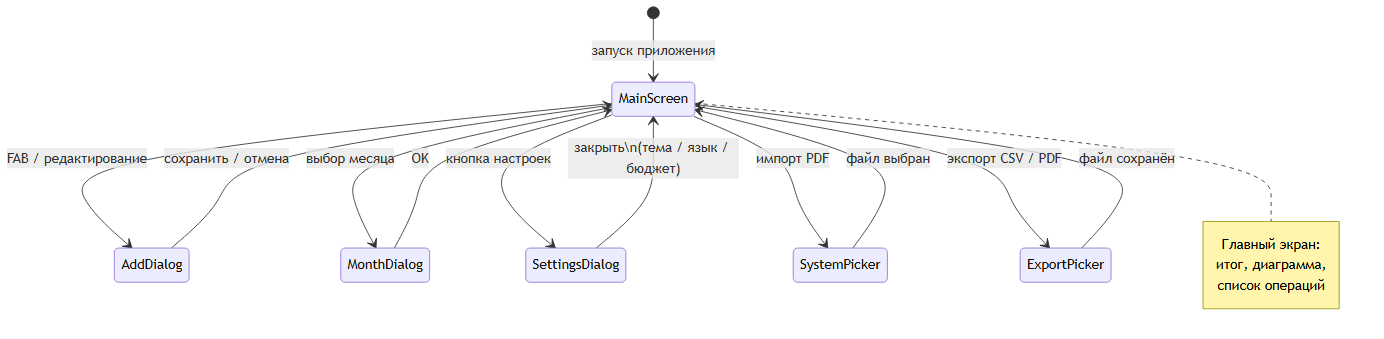
Above: docs/practice-report/figures/07-screen-flow.png in klimlukichev/financeApp (Mermaid), before the change. Its source is kept beside it as docs/practice-report/figures/07-screen-flow.mmd.
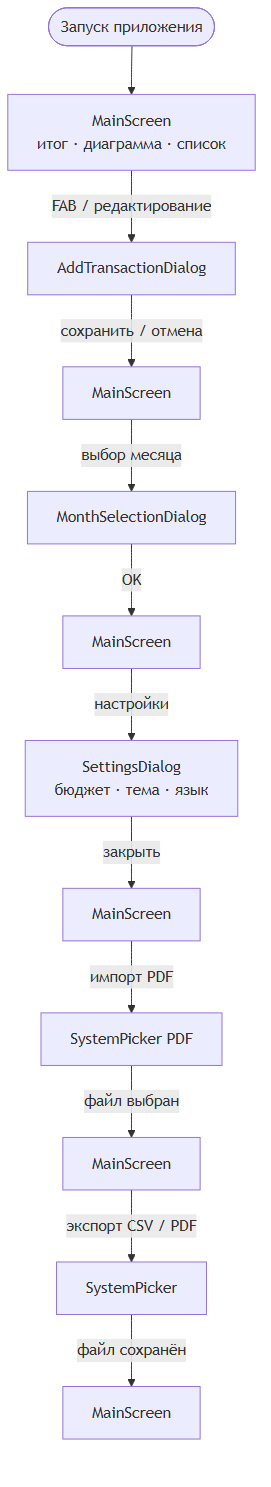
Above is the later version.

The edit, as a diff of the source:
```diff
@@ -1,23 +1,17 @@
-stateDiagram-v2
-    [*] --> MainScreen: запуск приложения
+flowchart TB
+    start([Запуск приложения]) --> m1["MainScreen<br/>итог · диаграмма · список"]
 
-    MainScreen --> AddDialog: FAB / редактирование
-    AddDialog --> MainScreen: сохранить / отмена
+    m1 -->|FAB / редактирование| add[AddTransactionDialog]
+    add -->|сохранить / отмена| m2[MainScreen]
 
-    MainScreen --> MonthDialog: выбор месяца
-    MonthDialog --> MainScreen: OK
+    m2 -->|выбор месяца| month[MonthSelectionDialog]
+    month -->|OK| m3[MainScreen]
 
-    MainScreen --> SettingsDialog: кнопка настроек
-    SettingsDialog --> MainScreen: закрыть\n(тема / язык / бюджет)
+    m3 -->|настройки| settings[SettingsDialog<br/>бюджет · тема · язык]
+    settings -->|закрыть| m4[MainScreen]
 
-    MainScreen --> SystemPicker: импорт PDF
-    SystemPicker --> MainScreen: файл выбран
+    m4 -->|импорт PDF| import[SystemPicker PDF]
+    import -->|файл выбран| m5[MainScreen]
 
-    MainScreen --> ExportPicker: экспорт CSV / PDF
-    ExportPicker --> MainScreen: файл сохранён
-
-    note right of MainScreen
-        Главный экран:
-        итог, диаграмма,
-        список операций
-    end note
+    m5 -->|экспорт CSV / PDF| export[SystemPicker]
+    export -->|файл сохранён| m6[MainScreen]
```
